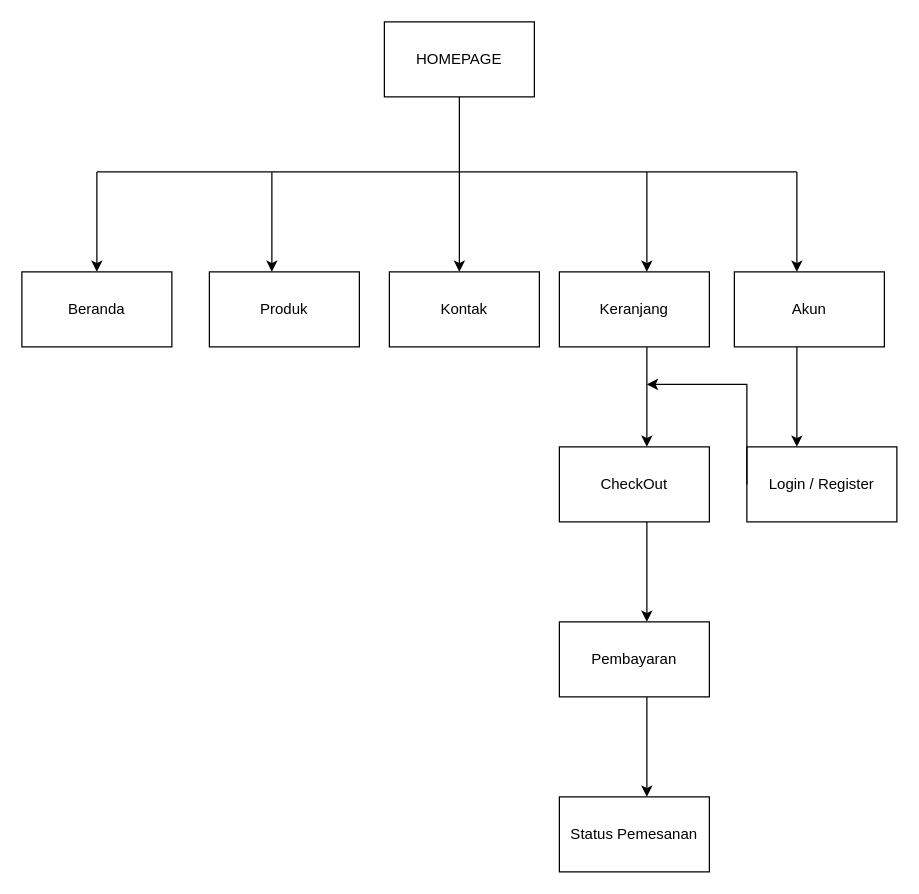
The draw.io diagram docs/navigation/user-navigasi.drawio in EvandriRidho/Rizquna-Bakery, before the edit. Source tidied: cells renumbered, new cells numbered last; positions are measured from the earlier drawing's top-left corner, leaving out a move shared by most shapes. Both pictures are drawn from the tidied source at 125%, with x=0, y=0 at pixel (21, 21).
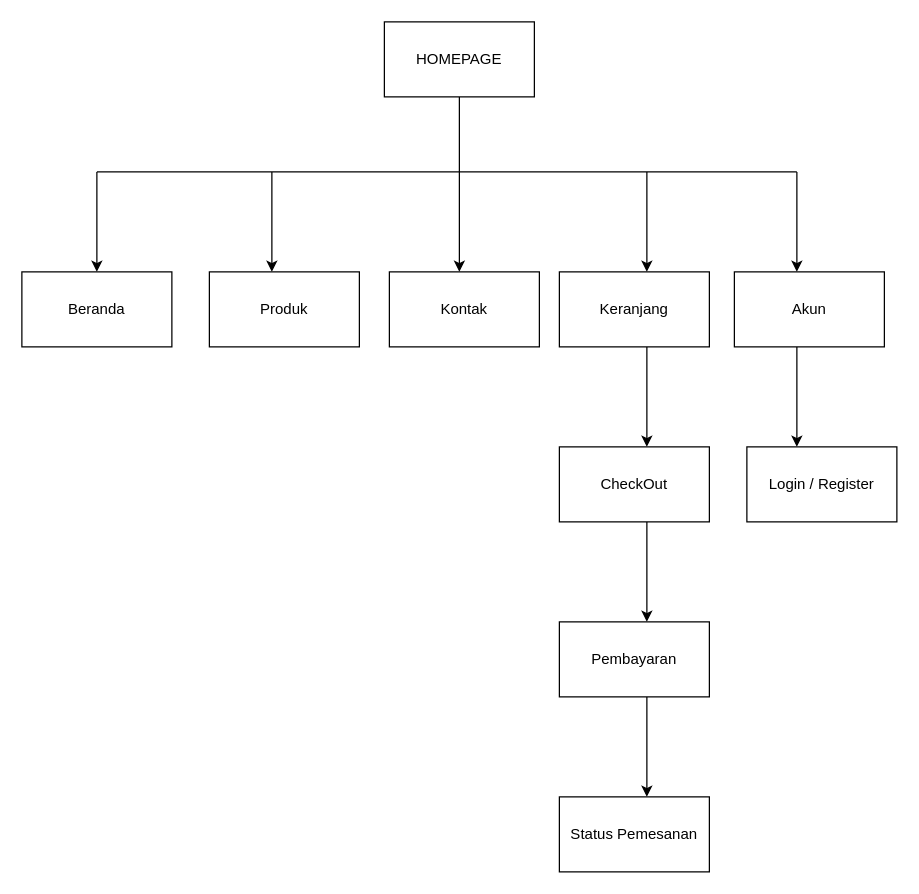
The same page after the edit.

Commit message (it also covers changes not shown here):
docs (diagram) : make a change for checkout, login user, navigasi user flow

Unchanged cells that the change refers to:
```xml
<mxCell id="15" value="Login / Register" style="rounded=0;whiteSpace=wrap;html=1;" parent="1" vertex="1">
  <mxGeometry x="580" y="340" width="120" height="60" as="geometry" />
</mxCell>
```

Change to the diagram source:
```diff
@@
-    <mxCell id="22" style="endArrow=classic;html=1;rounded=0;exitX=0;exitY=0.5;exitDx=0;exitDy=0;" parent="1" edge="1" source="15">
-      <mxGeometry relative="1" as="geometry">
-        <mxPoint x="500" y="290" as="targetPoint" />
-        <Array as="points">
-          <mxPoint x="580" y="290" />
-        </Array>
-      </mxGeometry>
-    </mxCell>
```
